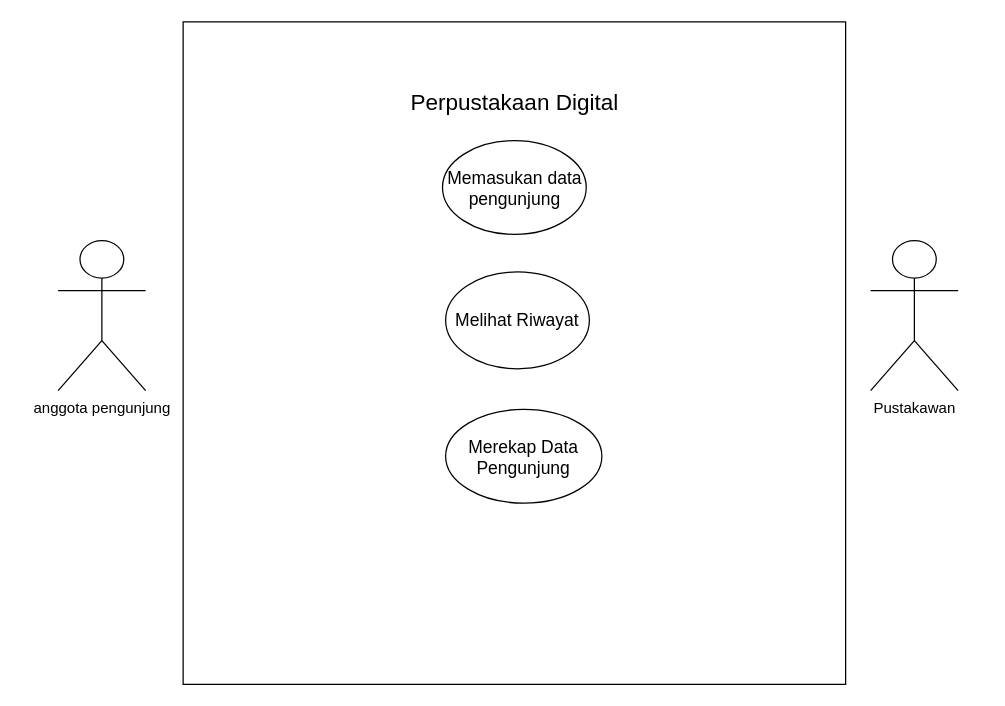
Before: perpus-digital.drawio in yydaaa/perpus_digital, a draw.io diagram. Source tidied: cells renumbered, new cells numbered last; positions are measured from the earlier drawing's top-left corner, leaving out a move shared by most shapes. Both pictures are drawn from the tidied source at 125%, with x=0, y=0 at pixel (58, 21).
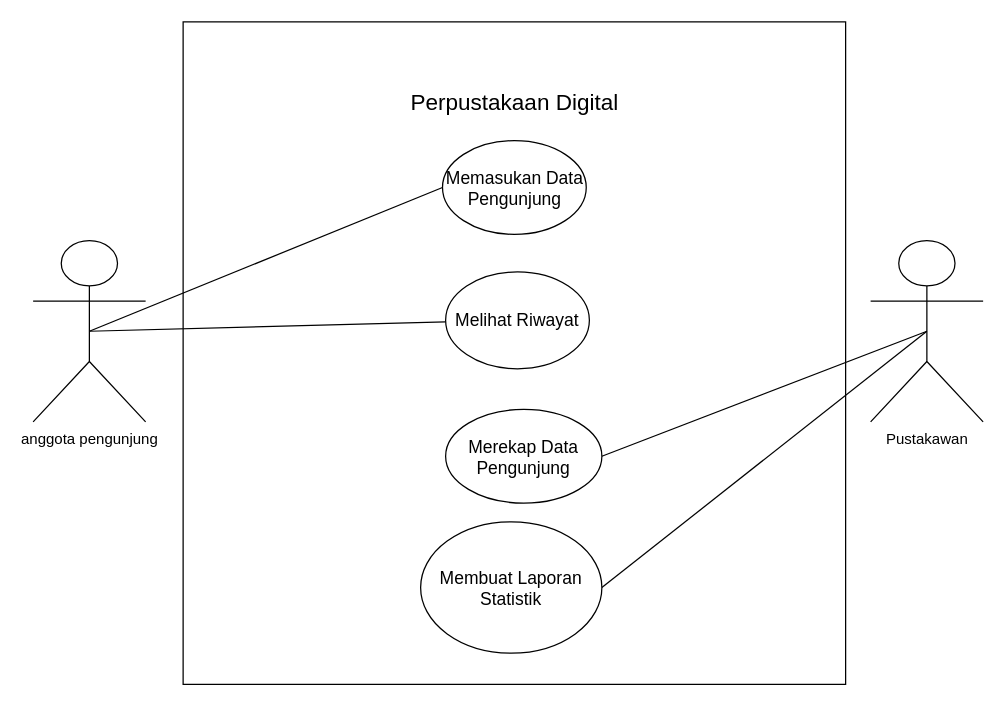
After the change.

What changed in the source:
```diff
@@
 <mxGraphModel>
   <root>
     <mxCell id="0" />
     <mxCell id="1" parent="0" />
     <mxCell id="2" value="anggota pengunjung" style="shape=umlActor;verticalLabelPosition=bottom;verticalAlign=top;html=1;outlineConnect=0;" parent="1" vertex="1">
-      <mxGeometry y="175" width="70" height="120" as="geometry" />
+      <mxGeometry x="-20" y="175" width="90" height="145" as="geometry" />
     </mxCell>
     <mxCell id="3" style="whiteSpace=wrap;html=1;" parent="1" vertex="1">
       <mxGeometry x="100" width="530" height="530" as="geometry" />
     </mxCell>
     <mxCell id="4" value="Pustakawan" style="shape=umlActor;verticalLabelPosition=bottom;verticalAlign=top;html=1;outlineConnect=0;" parent="1" vertex="1">
-      <mxGeometry x="650" y="175" width="70" height="120" as="geometry" />
+      <mxGeometry x="650" y="175" width="90" height="145" as="geometry" />
     </mxCell>
-    <mxCell id="5" value="&lt;font style=&quot;font-size: 14px;&quot;&gt;Memasukan data pengunjung&lt;/font&gt;" style="ellipse;whiteSpace=wrap;html=1;" parent="1" vertex="1">
+    <mxCell id="5" value="&lt;font style=&quot;font-size: 14px;&quot;&gt;Memasukan Data Pengunjung&lt;/font&gt;" style="ellipse;whiteSpace=wrap;html=1;" parent="1" vertex="1">
       <mxGeometry x="307.5" y="95" width="115" height="75" as="geometry" />
     </mxCell>
     <mxCell id="6" value="&lt;font style=&quot;font-size: 18px;&quot;&gt;Perpustakaan Digital&lt;/font&gt;" style="text;html=1;strokeColor=none;fillColor=none;align=center;verticalAlign=middle;whiteSpace=wrap;rounded=0;" parent="1" vertex="1">
       <mxGeometry x="267.5" y="50" width="195" height="30" as="geometry" />
     </mxCell>
     <mxCell id="7" value="&lt;span style=&quot;font-size: 14px;&quot;&gt;Melihat Riwayat&lt;/span&gt;" style="ellipse;whiteSpace=wrap;html=1;" parent="1" vertex="1">
       <mxGeometry x="310" y="200" width="115" height="77.5" as="geometry" />
     </mxCell>
     <mxCell id="8" value="&lt;span style=&quot;font-size: 14px;&quot;&gt;Merekap Data Pengunjung&lt;/span&gt;" style="ellipse;whiteSpace=wrap;html=1;" parent="1" vertex="1">
       <mxGeometry x="310" y="310" width="125" height="75" as="geometry" />
     </mxCell>
+    <mxCell id="9" value="&lt;span style=&quot;font-size: 14px;&quot;&gt;Membuat Laporan&lt;br&gt;Statistik&lt;br&gt;&lt;/span&gt;" style="ellipse;whiteSpace=wrap;html=1;" parent="1" vertex="1">
+      <mxGeometry x="290" y="400" width="145" height="105" as="geometry" />
+    </mxCell>
+    <mxCell id="10" style="endArrow=none;html=1;rounded=0;exitX=0.5;exitY=0.5;exitDx=0;exitDy=0;exitPerimeter=0;" parent="1" edge="1" source="2">
+      <mxGeometry relative="1" as="geometry">
+        <mxPoint x="310" y="240" as="targetPoint" />
+      </mxGeometry>
+    </mxCell>
+    <mxCell id="11" style="endArrow=none;html=1;rounded=0;entryX=0;entryY=0.5;entryDx=0;entryDy=0;exitX=0.5;exitY=0.5;exitDx=0;exitDy=0;exitPerimeter=0;" parent="1" edge="1" source="2" target="5">
+      <mxGeometry relative="1" as="geometry" />
+    </mxCell>
+    <mxCell id="12" style="endArrow=none;html=1;rounded=0;exitX=1;exitY=0.5;exitDx=0;exitDy=0;entryX=0.5;entryY=0.5;entryDx=0;entryDy=0;entryPerimeter=0;" parent="1" edge="1" source="8" target="4">
+      <mxGeometry relative="1" as="geometry" />
+    </mxCell>
+    <mxCell id="13" style="endArrow=none;html=1;rounded=0;entryX=0.5;entryY=0.5;entryDx=0;entryDy=0;entryPerimeter=0;exitX=1;exitY=0.5;exitDx=0;exitDy=0;" parent="1" edge="1" source="9" target="4">
+      <mxGeometry relative="1" as="geometry" />
+    </mxCell>
   </root>
 </mxGraphModel>
```
